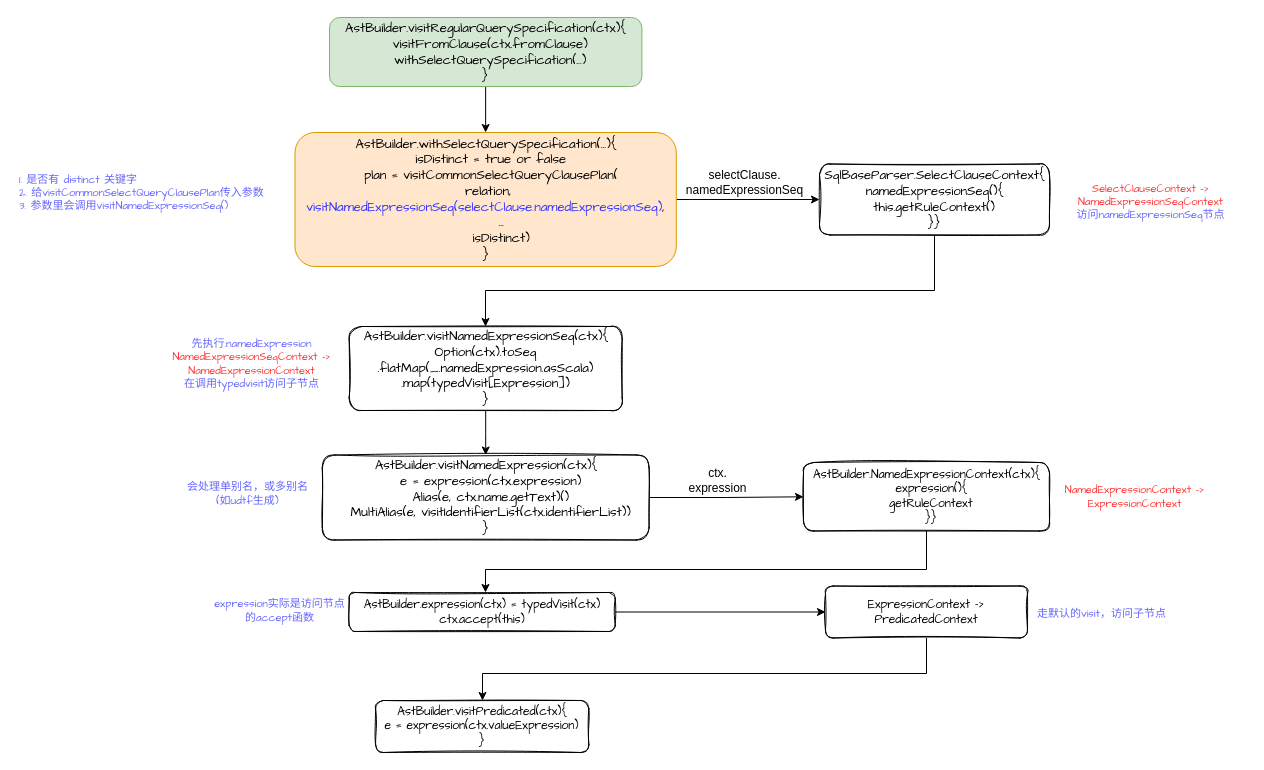
This is unresolved_logical_plan/withSelectQuerySpecification.drawio from kirito1015/spark_source.sql, a draw.io file, before an edit. Source tidied: cells renumbered, new cells numbered last; positions are measured from the earlier drawing's top-left corner, leaving out a move shared by most shapes. Both pictures are drawn from the tidied source at 100%, with x=0, y=0 at pixel (17, 17).
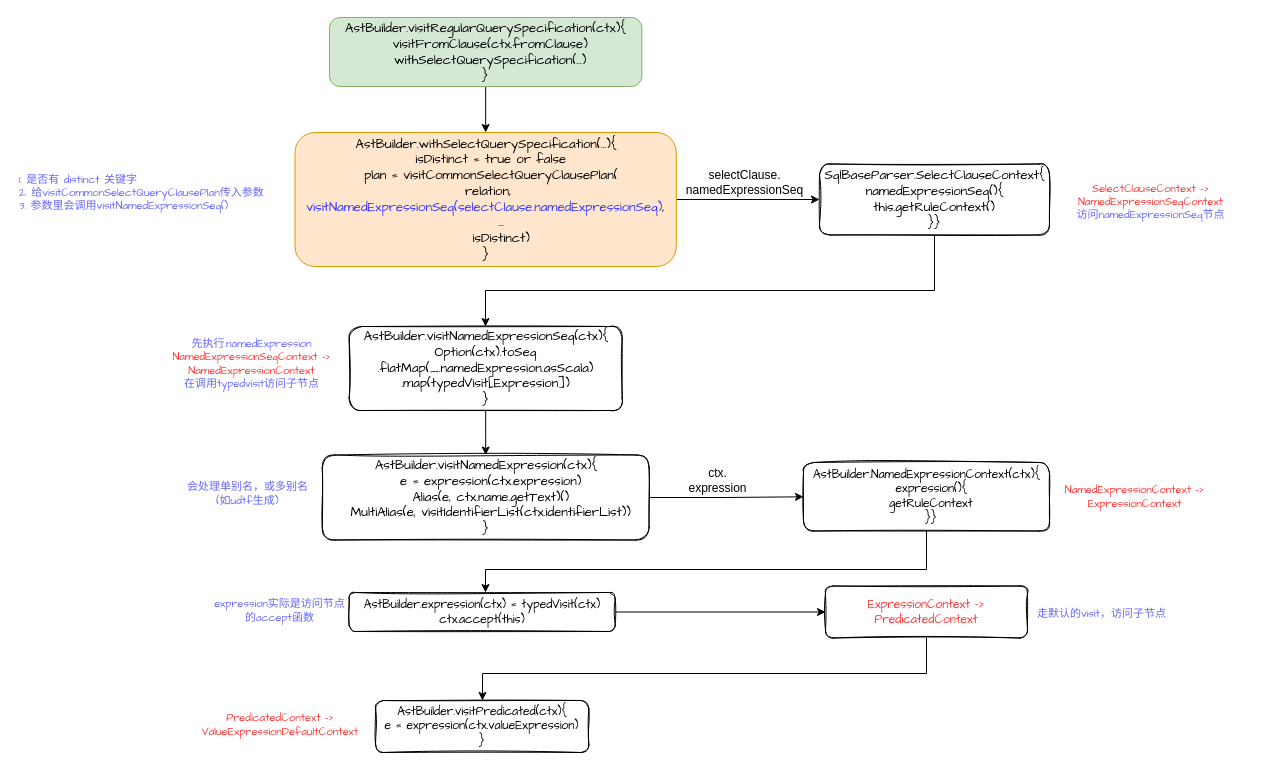
The same page after the edit.

Change to the diagram source:
```diff
@@
-    <mxCell id="25" value="ExpressionContext -&amp;gt; PredicatedContext" style="rounded=1;whiteSpace=wrap;html=1;sketch=1;fillColor=none;shadow=0;glass=0;labelBackgroundColor=none;fontFamily=Comic Sans MS;strokeColor=default;" parent="1" vertex="1">
+    <mxCell id="25" value="&lt;font color=&quot;#ff3333&quot;&gt;ExpressionContext -&amp;gt; PredicatedContext&lt;/font&gt;" style="rounded=1;whiteSpace=wrap;html=1;sketch=1;fillColor=none;shadow=0;glass=0;labelBackgroundColor=none;fontFamily=Comic Sans MS;strokeColor=default;" parent="1" vertex="1">
       <mxGeometry x="808" y="568.5" width="202" height="52" as="geometry" />
     </mxCell>
@@
+    <mxCell id="28" value="&lt;span style=&quot;color: rgb(255 , 51 , 51)&quot;&gt;PredicatedContext -&amp;gt;&lt;br&gt;&lt;/span&gt;&lt;font color=&quot;#ff3333&quot;&gt;&lt;span style=&quot;font-size: 11px&quot;&gt;ValueExpressionDefaultContext&lt;/span&gt;&lt;/font&gt;" style="text;html=1;strokeColor=none;fillColor=none;align=center;verticalAlign=middle;whiteSpace=wrap;rounded=0;shadow=0;glass=0;labelBackgroundColor=none;sketch=1;fontSize=11;fontColor=#6666FF;fontFamily=Comic Sans MS;" parent="1" vertex="1">
+      <mxGeometry x="174" y="682.8" width="178" height="49.2" as="geometry" />
+    </mxCell>
```
